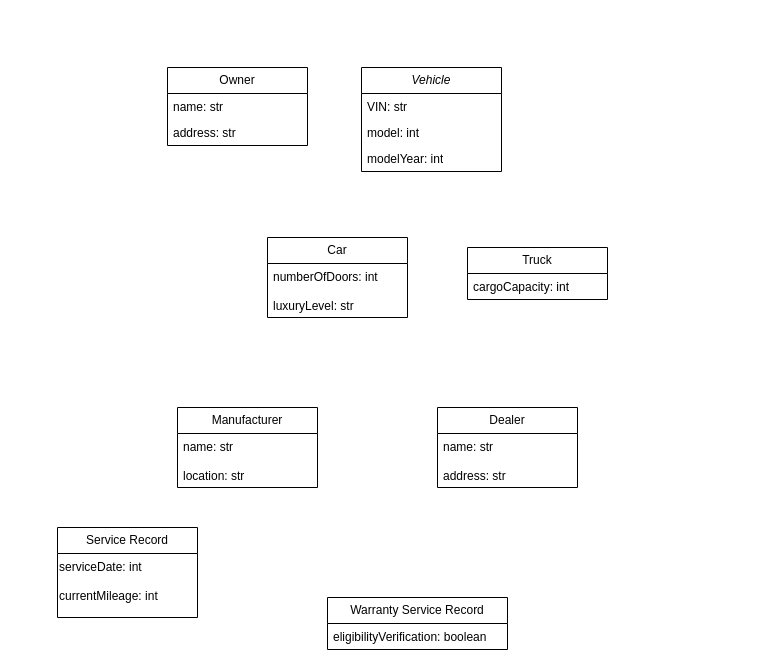
This is Untitled Diagram.drawio from biabcp/Mid-Term-Domain-Class-Diagram, a draw.io file, before an edit. Source tidied: cells renumbered, new cells numbered last; positions are measured from the earlier drawing's top-left corner, leaving out a move shared by most shapes. Both pictures are drawn from the tidied source at 100%, with x=0, y=0 at pixel (57, 67).
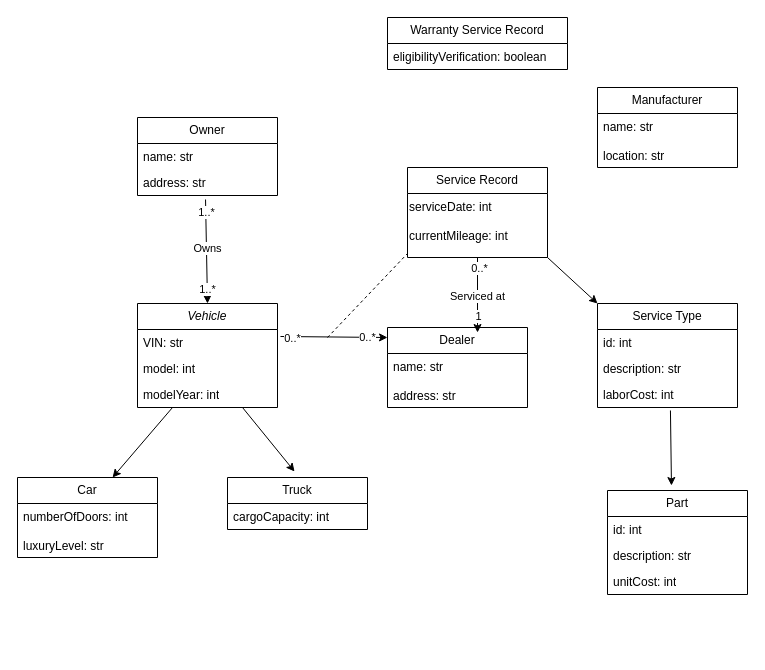
Above is the later version.

Unchanged cells that the change refers to:
```xml
<mxCell id="4" value="address: str" style="text;strokeColor=none;fillColor=none;align=left;verticalAlign=top;spacingLeft=4;spacingRight=4;overflow=hidden;points=[[0,0.5],[1,0.5]];portConstraint=eastwest;whiteSpace=wrap;html=1;" parent="2" vertex="1">
  <mxGeometry y="52" width="140" height="26" as="geometry" />
</mxCell>
<mxCell id="6" value="VIN: str" style="text;strokeColor=none;fillColor=none;align=left;verticalAlign=top;spacingLeft=4;spacingRight=4;overflow=hidden;points=[[0,0.5],[1,0.5]];portConstraint=eastwest;whiteSpace=wrap;html=1;" parent="5" vertex="1">
  <mxGeometry y="26" width="140" height="26" as="geometry" />
</mxCell>
<mxCell id="18" value="serviceDate: int&lt;br&gt;&lt;br&gt;currentMileage: int" style="text;whiteSpace=wrap;html=1;" parent="17" vertex="1">
  <mxGeometry y="26" width="140" height="64" as="geometry" />
</mxCell>
```

What changed in the source:
```diff
@@
     <mxCell id="2" value="Owner" style="swimlane;fontStyle=0;horizontal=1;startSize=26;fillColor=none;whiteSpace=wrap;html=1;" parent="1" vertex="1">
-      <mxGeometry x="110" width="140" height="78" as="geometry" />
+      <mxGeometry x="80" y="50" width="140" height="78" as="geometry" />
     </mxCell>
@@
     <mxCell id="5" value="&lt;i&gt;Vehicle&lt;/i&gt;" style="swimlane;fontStyle=0;horizontal=1;startSize=26;fillColor=none;whiteSpace=wrap;html=1;" parent="1" vertex="1">
-      <mxGeometry x="304" width="140" height="104" as="geometry" />
+      <mxGeometry x="80" y="236" width="140" height="104" as="geometry" />
     </mxCell>
@@
     <mxCell id="9" value="Car" style="swimlane;fontStyle=0;horizontal=1;startSize=26;fillColor=none;whiteSpace=wrap;html=1;" parent="1" vertex="1">
-      <mxGeometry x="210" y="170" width="140" height="80" as="geometry" />
+      <mxGeometry x="-40" y="410" width="140" height="80" as="geometry" />
     </mxCell>
@@
     <mxCell id="11" value="Truck" style="swimlane;fontStyle=0;horizontal=1;startSize=26;fillColor=none;whiteSpace=wrap;html=1;" parent="1" vertex="1">
-      <mxGeometry x="410" y="180" width="140" height="52" as="geometry" />
+      <mxGeometry x="170" y="410" width="140" height="52" as="geometry" />
     </mxCell>
@@
     <mxCell id="13" value="Manufacturer" style="swimlane;fontStyle=0;horizontal=1;startSize=26;fillColor=none;whiteSpace=wrap;html=1;" parent="1" vertex="1">
-      <mxGeometry x="120" y="340" width="140" height="80" as="geometry" />
+      <mxGeometry x="540" y="20" width="140" height="80" as="geometry" />
     </mxCell>
@@
     <mxCell id="15" value="Dealer" style="swimlane;fontStyle=0;horizontal=1;startSize=26;fillColor=none;whiteSpace=wrap;html=1;" parent="1" vertex="1">
-      <mxGeometry x="380" y="340" width="140" height="80" as="geometry" />
+      <mxGeometry x="330" y="260" width="140" height="80" as="geometry" />
     </mxCell>
@@
     <mxCell id="17" value="Service Record" style="swimlane;fontStyle=0;horizontal=1;startSize=26;fillColor=none;whiteSpace=wrap;html=1;" parent="1" vertex="1">
-      <mxGeometry y="460" width="140" height="90" as="geometry" />
+      <mxGeometry x="350" y="100" width="140" height="90" as="geometry" />
     </mxCell>
@@
     <mxCell id="19" value="Warranty Service Record" style="swimlane;fontStyle=0;horizontal=1;startSize=26;fillColor=none;whiteSpace=wrap;html=1;" parent="1" vertex="1">
-      <mxGeometry x="270" y="530" width="180" height="52" as="geometry" />
+      <mxGeometry x="330" y="-50" width="180" height="52" as="geometry" />
     </mxCell>
@@
+    <mxCell id="21" value="Service Type" style="swimlane;fontStyle=0;horizontal=1;startSize=26;fillColor=none;whiteSpace=wrap;html=1;" parent="1" vertex="1">
+      <mxGeometry x="540" y="236" width="140" height="104" as="geometry" />
+    </mxCell>
+    <mxCell id="22" value="id: int" style="text;strokeColor=none;fillColor=none;align=left;verticalAlign=top;spacingLeft=4;spacingRight=4;overflow=hidden;whiteSpace=wrap;html=1;" parent="21" vertex="1">
+      <mxGeometry y="26" width="140" height="26" as="geometry" />
+    </mxCell>
+    <mxCell id="23" value="description: str" style="text;strokeColor=none;fillColor=none;align=left;verticalAlign=top;spacingLeft=4;spacingRight=4;overflow=hidden;whiteSpace=wrap;html=1;" parent="21" vertex="1">
+      <mxGeometry y="52" width="140" height="26" as="geometry" />
+    </mxCell>
+    <mxCell id="24" value="laborCost: int" style="text;strokeColor=none;fillColor=none;align=left;verticalAlign=top;spacingLeft=4;spacingRight=4;overflow=hidden;points=[[0,0.5],[1,0.5]];portConstraint=eastwest;whiteSpace=wrap;html=1;" parent="21" vertex="1">
+      <mxGeometry y="78" width="140" height="26" as="geometry" />
+    </mxCell>
+    <mxCell id="25" value="Part" style="swimlane;fontStyle=0;horizontal=1;startSize=26;fillColor=none;whiteSpace=wrap;html=1;" parent="1" vertex="1">
+      <mxGeometry x="550" y="423" width="140" height="104" as="geometry" />
+    </mxCell>
+    <mxCell id="26" value="id: int" style="text;strokeColor=none;fillColor=none;align=left;verticalAlign=top;spacingLeft=4;spacingRight=4;overflow=hidden;whiteSpace=wrap;html=1;" parent="25" vertex="1">
+      <mxGeometry y="26" width="140" height="26" as="geometry" />
+    </mxCell>
+    <mxCell id="27" value="description: str" style="text;strokeColor=none;fillColor=none;align=left;verticalAlign=top;spacingLeft=4;spacingRight=4;overflow=hidden;whiteSpace=wrap;html=1;" parent="25" vertex="1">
+      <mxGeometry y="52" width="140" height="26" as="geometry" />
+    </mxCell>
+    <mxCell id="28" value="unitCost: int" style="text;strokeColor=none;fillColor=none;align=left;verticalAlign=top;spacingLeft=4;spacingRight=4;overflow=hidden;whiteSpace=wrap;html=1;" parent="25" vertex="1">
+      <mxGeometry y="78" width="140" height="26" as="geometry" />
+    </mxCell>
+    <mxCell id="29" style="endArrow=classic;html=1;rounded=0;exitX=0.486;exitY=1.154;exitDx=0;exitDy=0;exitPerimeter=0;entryX=0.5;entryY=0;entryDx=0;entryDy=0;" parent="1" edge="1" source="4" target="5">
+      <mxGeometry relative="1" as="geometry" />
+    </mxCell>
+    <mxCell id="30" value="Owns" style="edgeLabel;html=1;align=center;verticalAlign=middle;" parent="29" vertex="1">
+      <mxGeometry x="-0.06" y="1" relative="1" as="geometry" />
+    </mxCell>
+    <mxCell id="31" value="1..*" style="edgeLabel;html=1;align=center;verticalAlign=middle;" parent="29" vertex="1">
+      <mxGeometry x="-0.77" relative="1" as="geometry" />
+    </mxCell>
+    <mxCell id="32" value="1..*" style="edgeLabel;html=1;align=center;verticalAlign=middle;" parent="29" vertex="1">
+      <mxGeometry x="0.73" relative="1" as="geometry" />
+    </mxCell>
+    <mxCell id="33" style="endArrow=classic;html=1;rounded=0;exitX=0.25;exitY=1;exitDx=0;exitDy=0;entryX=0.679;entryY=0;entryDx=0;entryDy=0;entryPerimeter=0;" parent="1" edge="1" source="5" target="9">
+      <mxGeometry relative="1" as="geometry" />
+    </mxCell>
+    <mxCell id="34" style="endArrow=classic;html=1;rounded=0;exitX=0.75;exitY=1;exitDx=0;exitDy=0;entryX=0.479;entryY=-0.115;entryDx=0;entryDy=0;entryPerimeter=0;" parent="1" edge="1" source="5" target="11">
+      <mxGeometry relative="1" as="geometry" />
+    </mxCell>
+    <mxCell id="35" style="endArrow=none;dashed=1;html=1;rounded=0;" parent="1" edge="1">
+      <mxGeometry relative="1" as="geometry">
+        <mxPoint x="270" y="270" as="sourcePoint" />
+        <mxPoint x="350" y="186" as="targetPoint" />
+      </mxGeometry>
+    </mxCell>
+    <mxCell id="36" style="endArrow=classic;html=1;rounded=0;exitX=1.021;exitY=0.269;exitDx=0;exitDy=0;exitPerimeter=0;" parent="1" edge="1" source="6">
+      <mxGeometry relative="1" as="geometry">
+        <mxPoint x="330" y="270" as="targetPoint" />
+      </mxGeometry>
+    </mxCell>
+    <mxCell id="37" value="0..*" style="edgeLabel;html=1;align=center;verticalAlign=middle;" parent="36" vertex="1">
+      <mxGeometry x="-0.77" y="-1" relative="1" as="geometry" />
+    </mxCell>
+    <mxCell id="38" value="0..*" style="edgeLabel;html=1;align=center;verticalAlign=middle;" parent="36" vertex="1">
+      <mxGeometry x="0.63" relative="1" as="geometry" />
+    </mxCell>
+    <mxCell id="39" style="edgeStyle=orthogonalEdgeStyle;rounded=0;jettySize=auto;html=1;exitX=0.5;exitY=1;exitDx=0;exitDy=0;entryX=0.643;entryY=0.063;entryDx=0;entryDy=0;entryPerimeter=0;" parent="1" edge="1" source="18" target="15">
+      <mxGeometry relative="1" as="geometry" />
+    </mxCell>
+    <mxCell id="40" value="Serviced at" style="edgeLabel;html=1;align=center;verticalAlign=middle;" parent="39" vertex="1">
+      <mxGeometry x="0.01" y="-1" relative="1" as="geometry" />
+    </mxCell>
+    <mxCell id="41" value="1" style="edgeLabel;html=1;align=center;verticalAlign=middle;" parent="39" vertex="1">
+      <mxGeometry x="0.57" relative="1" as="geometry" />
+    </mxCell>
+    <mxCell id="42" value="0..*" style="edgeLabel;html=1;align=center;verticalAlign=middle;" parent="39" vertex="1">
+      <mxGeometry x="-0.71" y="1" relative="1" as="geometry" />
+    </mxCell>
+    <mxCell id="43" style="endArrow=classic;html=1;rounded=0;exitX=1;exitY=1;exitDx=0;exitDy=0;entryX=0;entryY=0;entryDx=0;entryDy=0;" parent="1" edge="1" source="18" target="21">
+      <mxGeometry relative="1" as="geometry" />
+    </mxCell>
+    <mxCell id="44" style="endArrow=classic;html=1;rounded=0;exitX=0.521;exitY=1.115;exitDx=0;exitDy=0;exitPerimeter=0;entryX=0.457;entryY=-0.048;entryDx=0;entryDy=0;entryPerimeter=0;" parent="1" edge="1" source="24" target="25">
+      <mxGeometry relative="1" as="geometry" />
+    </mxCell>
```
